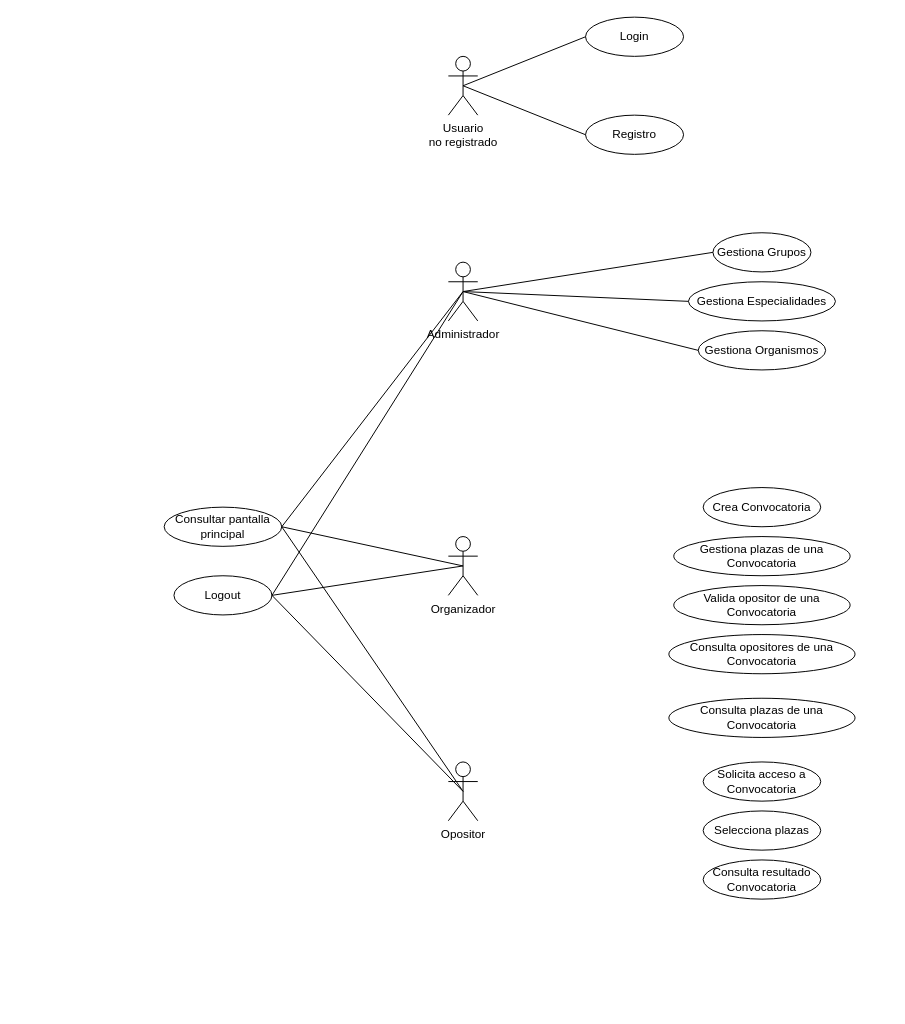
Before: diagramas/DiagramaCasosDeUso.drawio in Castillo82/simuladordestinos, a draw.io diagram. Source tidied: cells renumbered, new cells numbered last; positions are measured from the earlier drawing's top-left corner, leaving out a move shared by most shapes. Both pictures are drawn from the tidied source at 98%, with x=0, y=0 at pixel (164, 17).
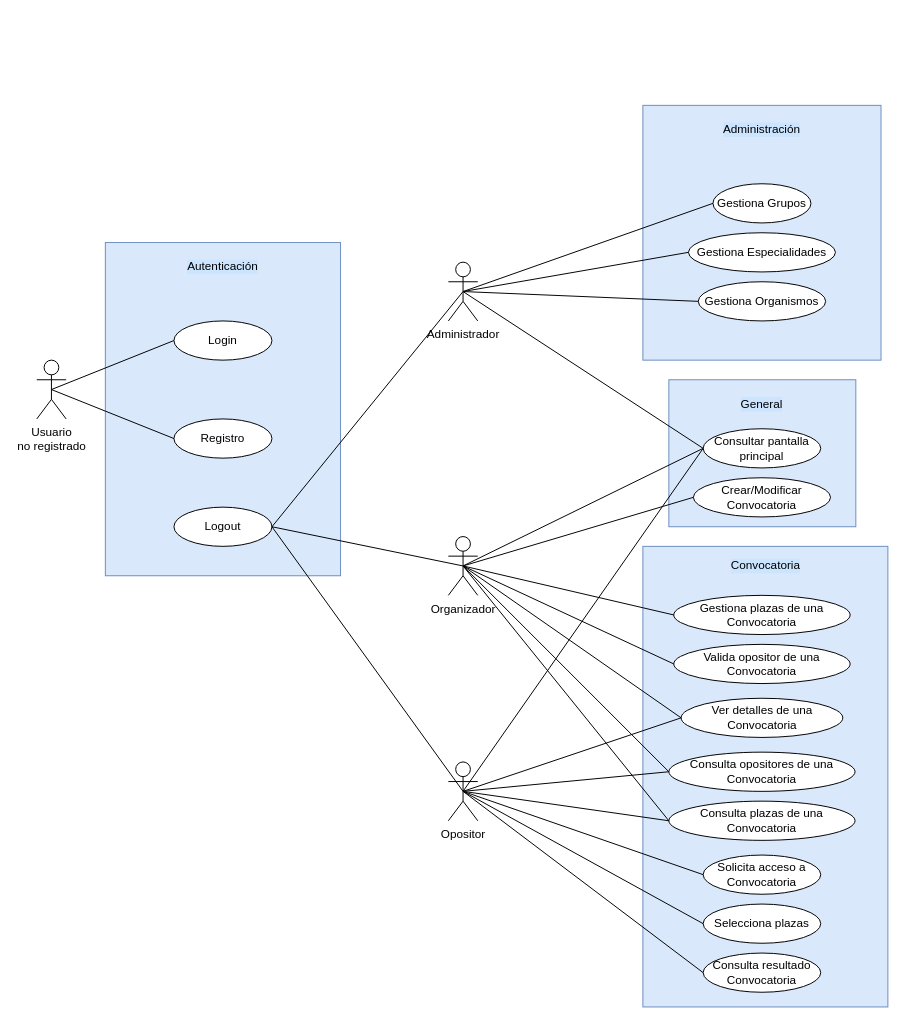
The same page after the edit.

Unchanged cells that the change refers to:
```xml
<mxCell id="2" value="Organizador" style="shape=umlActor;verticalLabelPosition=bottom;verticalAlign=top;html=1;outlineConnect=0;" parent="1" vertex="1">
  <mxGeometry x="290" y="530" width="30" height="60" as="geometry" />
</mxCell>
<mxCell id="3" value="Administrador" style="shape=umlActor;verticalLabelPosition=bottom;verticalAlign=top;html=1;outlineConnect=0;" parent="1" vertex="1">
  <mxGeometry x="290" y="250" width="30" height="60" as="geometry" />
</mxCell>
<mxCell id="4" value="Opositor" style="shape=umlActor;verticalLabelPosition=bottom;verticalAlign=top;html=1;outlineConnect=0;" parent="1" vertex="1">
  <mxGeometry x="290" y="760" width="30" height="60" as="geometry" />
</mxCell>
```

What changed in the source:
```diff
@@
+    <mxCell id="32" style="rounded=0;whiteSpace=wrap;html=1;fillColor=#dae8fc;strokeColor=#6c8ebf;" parent="1" vertex="1">
+      <mxGeometry x="488.5" y="540" width="250" height="470" as="geometry" />
+    </mxCell>
+    <mxCell id="33" style="rounded=0;whiteSpace=wrap;html=1;fillColor=#dae8fc;strokeColor=#6c8ebf;" parent="1" vertex="1">
+      <mxGeometry x="515" y="370" width="190.8" height="150" as="geometry" />
+    </mxCell>
+    <mxCell id="34" style="rounded=0;whiteSpace=wrap;html=1;fillColor=#dae8fc;strokeColor=#6c8ebf;" parent="1" vertex="1">
+      <mxGeometry x="488.5" y="90" width="243" height="260" as="geometry" />
+    </mxCell>
+    <mxCell id="35" style="rounded=0;whiteSpace=wrap;html=1;fillColor=#dae8fc;strokeColor=#6c8ebf;" parent="1" vertex="1">
+      <mxGeometry x="-60" y="230" width="240" height="340" as="geometry" />
+    </mxCell>
@@
     <mxCell id="5" value="Gestiona Grupos" style="ellipse;whiteSpace=wrap;html=1;" parent="1" vertex="1">
-      <mxGeometry x="560" y="220" width="100" height="40" as="geometry" />
+      <mxGeometry x="560" y="170" width="100" height="40" as="geometry" />
     </mxCell>
     <mxCell id="6" value="Login" style="ellipse;whiteSpace=wrap;html=1;" parent="1" vertex="1">
-      <mxGeometry x="430" width="100" height="40" as="geometry" />
+      <mxGeometry x="10" y="310" width="100" height="40" as="geometry" />
     </mxCell>
     <mxCell id="7" value="Gestiona Especialidades" style="ellipse;whiteSpace=wrap;html=1;" parent="1" vertex="1">
-      <mxGeometry x="535" y="270" width="150" height="40" as="geometry" />
+      <mxGeometry x="535" y="220" width="150" height="40" as="geometry" />
     </mxCell>
     <mxCell id="8" value="Gestiona Organismos" style="ellipse;whiteSpace=wrap;html=1;" parent="1" vertex="1">
-      <mxGeometry x="545" y="320" width="130" height="40" as="geometry" />
+      <mxGeometry x="545" y="270" width="130" height="40" as="geometry" />
     </mxCell>
@@
-    <mxCell id="10" value="Crea Convocatoria" style="ellipse;whiteSpace=wrap;html=1;" parent="1" vertex="1">
-      <mxGeometry x="550" y="480" width="120" height="40" as="geometry" />
+    <mxCell id="10" value="Crear/Modificar &lt;br&gt;Convocatoria" style="ellipse;whiteSpace=wrap;html=1;" parent="1" vertex="1">
+      <mxGeometry x="540" y="470" width="140" height="40" as="geometry" />
     </mxCell>
     <mxCell id="11" value="Solicita acceso a Convocatoria" style="ellipse;whiteSpace=wrap;html=1;" parent="1" vertex="1">
-      <mxGeometry x="550" y="760" width="120" height="40" as="geometry" />
+      <mxGeometry x="550" y="855" width="120" height="40" as="geometry" />
     </mxCell>
     <mxCell id="12" value="Selecciona plazas" style="ellipse;whiteSpace=wrap;html=1;" parent="1" vertex="1">
-      <mxGeometry x="550" y="810" width="120" height="40" as="geometry" />
+      <mxGeometry x="550" y="905" width="120" height="40" as="geometry" />
     </mxCell>
     <mxCell id="13" value="Consulta opositores de una Convocatoria" style="ellipse;whiteSpace=wrap;html=1;" parent="1" vertex="1">
-      <mxGeometry x="515" y="630" width="190" height="40" as="geometry" />
+      <mxGeometry x="515" y="750" width="190" height="40" as="geometry" />
     </mxCell>
     <mxCell id="14" value="Consulta resultado Convocatoria" style="ellipse;whiteSpace=wrap;html=1;" parent="1" vertex="1">
-      <mxGeometry x="550" y="860" width="120" height="40" as="geometry" />
+      <mxGeometry x="550" y="955" width="120" height="40" as="geometry" />
     </mxCell>
     <mxCell id="15" value="Gestiona plazas de una Convocatoria" style="ellipse;whiteSpace=wrap;html=1;" parent="1" vertex="1">
-      <mxGeometry x="520" y="530" width="180" height="40" as="geometry" />
+      <mxGeometry x="520" y="590" width="180" height="40" as="geometry" />
     </mxCell>
     <mxCell id="16" value="Valida opositor de una Convocatoria" style="ellipse;whiteSpace=wrap;html=1;" parent="1" vertex="1">
-      <mxGeometry x="520" y="580" width="180" height="40" as="geometry" />
+      <mxGeometry x="520" y="640" width="180" height="40" as="geometry" />
     </mxCell>
     <mxCell id="17" value="Consulta plazas de una Convocatoria" style="ellipse;whiteSpace=wrap;html=1;" parent="1" vertex="1">
-      <mxGeometry x="515" y="695" width="190" height="40" as="geometry" />
+      <mxGeometry x="515" y="800" width="190" height="40" as="geometry" />
     </mxCell>
@@
     <mxCell id="20" value="Consultar pantalla principal" style="ellipse;whiteSpace=wrap;html=1;" parent="1" vertex="1">
-      <mxGeometry y="500" width="120" height="40" as="geometry" />
+      <mxGeometry x="550" y="420" width="120" height="40" as="geometry" />
     </mxCell>
     <mxCell id="21" value="Logout" style="ellipse;whiteSpace=wrap;html=1;" parent="1" vertex="1">
-      <mxGeometry x="10" y="570" width="100" height="40" as="geometry" />
+      <mxGeometry x="10" y="500" width="100" height="40" as="geometry" />
     </mxCell>
     <mxCell id="22" value="Registro" style="ellipse;whiteSpace=wrap;html=1;" parent="1" vertex="1">
-      <mxGeometry x="430" y="100" width="100" height="40" as="geometry" />
+      <mxGeometry x="10" y="410" width="100" height="40" as="geometry" />
     </mxCell>
     <mxCell id="23" value="Usuario &lt;br&gt;no registrado" style="shape=umlActor;verticalLabelPosition=bottom;verticalAlign=top;html=1;outlineConnect=0;" parent="1" vertex="1">
-      <mxGeometry x="290" y="40" width="30" height="60" as="geometry" />
+      <mxGeometry x="-130" y="350" width="30" height="60" as="geometry" />
     </mxCell>
@@
-    <mxCell id="26" style="endArrow=none;html=1;rounded=0;entryX=1;entryY=0.5;entryDx=0;entryDy=0;exitX=0.5;exitY=0.5;exitDx=0;exitDy=0;exitPerimeter=0;" parent="1" edge="1" source="3" target="20">
+    <mxCell id="26" style="endArrow=none;html=1;rounded=0;entryX=0;entryY=0.5;entryDx=0;entryDy=0;exitX=0.5;exitY=0.5;exitDx=0;exitDy=0;exitPerimeter=0;" parent="1" edge="1" source="3" target="20">
       <mxGeometry relative="1" as="geometry" />
     </mxCell>
@@
-    <mxCell id="29" style="endArrow=none;html=1;rounded=0;strokeColor=default;exitX=1;exitY=0.5;exitDx=0;exitDy=0;entryX=0.5;entryY=0.5;entryDx=0;entryDy=0;entryPerimeter=0;" parent="1" edge="1" source="20" target="2">
+    <mxCell id="29" style="endArrow=none;html=1;rounded=0;strokeColor=default;exitX=0;exitY=0.5;exitDx=0;exitDy=0;entryX=0.5;entryY=0.5;entryDx=0;entryDy=0;entryPerimeter=0;" parent="1" edge="1" source="20" target="2">
       <mxGeometry relative="1" as="geometry" />
     </mxCell>
-    <mxCell id="30" style="endArrow=none;html=1;rounded=0;strokeColor=default;exitX=1;exitY=0.5;exitDx=0;exitDy=0;entryX=0.5;entryY=0.5;entryDx=0;entryDy=0;entryPerimeter=0;" parent="1" edge="1" source="20" target="4">
+    <mxCell id="30" style="endArrow=none;html=1;rounded=0;strokeColor=default;exitX=0;exitY=0.5;exitDx=0;exitDy=0;entryX=0.5;entryY=0.5;entryDx=0;entryDy=0;entryPerimeter=0;" parent="1" edge="1" source="20" target="4">
       <mxGeometry relative="1" as="geometry" />
     </mxCell>
@@
+    <mxCell id="36" value="Ver detalles de una Convocatoria" style="ellipse;whiteSpace=wrap;html=1;" parent="1" vertex="1">
+      <mxGeometry x="527.5" y="695" width="165" height="40" as="geometry" />
+    </mxCell>
+    <mxCell id="37" style="endArrow=none;html=1;rounded=0;exitX=0.5;exitY=0.5;exitDx=0;exitDy=0;exitPerimeter=0;entryX=0;entryY=0.5;entryDx=0;entryDy=0;" parent="1" edge="1" source="2" target="10">
+      <mxGeometry relative="1" as="geometry" />
+    </mxCell>
+    <mxCell id="38" style="endArrow=none;html=1;rounded=0;exitX=0.5;exitY=0.5;exitDx=0;exitDy=0;exitPerimeter=0;entryX=0;entryY=0.5;entryDx=0;entryDy=0;" parent="1" edge="1" source="2" target="15">
+      <mxGeometry relative="1" as="geometry" />
+    </mxCell>
+    <mxCell id="39" style="endArrow=none;html=1;rounded=0;entryX=0;entryY=0.5;entryDx=0;entryDy=0;exitX=0.5;exitY=0.5;exitDx=0;exitDy=0;exitPerimeter=0;" parent="1" edge="1" source="2" target="16">
+      <mxGeometry relative="1" as="geometry" />
+    </mxCell>
+    <mxCell id="40" style="endArrow=none;html=1;rounded=0;entryX=0;entryY=0.5;entryDx=0;entryDy=0;exitX=0.5;exitY=0.5;exitDx=0;exitDy=0;exitPerimeter=0;" parent="1" edge="1" source="2" target="36">
+      <mxGeometry relative="1" as="geometry" />
+    </mxCell>
+    <mxCell id="41" style="endArrow=none;html=1;rounded=0;entryX=0;entryY=0.5;entryDx=0;entryDy=0;exitX=0.5;exitY=0.5;exitDx=0;exitDy=0;exitPerimeter=0;" parent="1" edge="1" source="2" target="13">
+      <mxGeometry relative="1" as="geometry" />
+    </mxCell>
+    <mxCell id="42" style="endArrow=none;html=1;rounded=0;entryX=0;entryY=0.5;entryDx=0;entryDy=0;exitX=0.5;exitY=0.5;exitDx=0;exitDy=0;exitPerimeter=0;" parent="1" edge="1" source="2" target="17">
+      <mxGeometry relative="1" as="geometry" />
+    </mxCell>
+    <mxCell id="43" style="endArrow=none;html=1;rounded=0;exitX=0.5;exitY=0.5;exitDx=0;exitDy=0;exitPerimeter=0;entryX=0;entryY=0.5;entryDx=0;entryDy=0;" parent="1" edge="1" source="4" target="11">
+      <mxGeometry relative="1" as="geometry" />
+    </mxCell>
+    <mxCell id="44" style="endArrow=none;html=1;rounded=0;exitX=0.5;exitY=0.5;exitDx=0;exitDy=0;exitPerimeter=0;entryX=0;entryY=0.5;entryDx=0;entryDy=0;" parent="1" edge="1" source="4" target="12">
+      <mxGeometry relative="1" as="geometry" />
+    </mxCell>
+    <mxCell id="45" style="endArrow=none;html=1;rounded=0;exitX=0.5;exitY=0.5;exitDx=0;exitDy=0;exitPerimeter=0;entryX=0;entryY=0.5;entryDx=0;entryDy=0;" parent="1" edge="1" source="4" target="14">
+      <mxGeometry relative="1" as="geometry" />
+    </mxCell>
+    <mxCell id="46" style="endArrow=none;html=1;rounded=0;exitX=0.5;exitY=0.5;exitDx=0;exitDy=0;exitPerimeter=0;entryX=0;entryY=0.5;entryDx=0;entryDy=0;" parent="1" edge="1" source="4" target="17">
+      <mxGeometry relative="1" as="geometry" />
+    </mxCell>
+    <mxCell id="47" style="endArrow=none;html=1;rounded=0;entryX=0;entryY=0.5;entryDx=0;entryDy=0;exitX=0.5;exitY=0.5;exitDx=0;exitDy=0;exitPerimeter=0;" parent="1" edge="1" source="4" target="13">
+      <mxGeometry relative="1" as="geometry" />
+    </mxCell>
+    <mxCell id="48" style="endArrow=none;html=1;rounded=0;entryX=0;entryY=0.5;entryDx=0;entryDy=0;exitX=0.5;exitY=0.5;exitDx=0;exitDy=0;exitPerimeter=0;" parent="1" edge="1" source="4" target="36">
+      <mxGeometry relative="1" as="geometry" />
+    </mxCell>
+    <mxCell id="49" value="Autenticación" style="text;html=1;strokeColor=none;fillColor=none;align=center;verticalAlign=middle;whiteSpace=wrap;rounded=0;labelBackgroundColor=#CCE5FF;" parent="1" vertex="1">
+      <mxGeometry x="30" y="240" width="60" height="30" as="geometry" />
+    </mxCell>
+    <mxCell id="50" value="Administración" style="text;html=1;strokeColor=none;fillColor=none;align=center;verticalAlign=middle;whiteSpace=wrap;rounded=0;labelBackgroundColor=#CCE5FF;" parent="1" vertex="1">
+      <mxGeometry x="580" y="100" width="60" height="30" as="geometry" />
+    </mxCell>
+    <mxCell id="51" value="General" style="text;html=1;strokeColor=none;fillColor=none;align=center;verticalAlign=middle;whiteSpace=wrap;rounded=0;labelBackgroundColor=#CCE5FF;" parent="1" vertex="1">
+      <mxGeometry x="580" y="380" width="60" height="30" as="geometry" />
+    </mxCell>
+    <mxCell id="52" value="Convocatoria" style="text;html=1;strokeColor=none;fillColor=none;align=center;verticalAlign=middle;whiteSpace=wrap;rounded=0;labelBackgroundColor=#CCE5FF;" parent="1" vertex="1">
+      <mxGeometry x="583.5" y="545" width="60" height="30" as="geometry" />
+    </mxCell>
```
